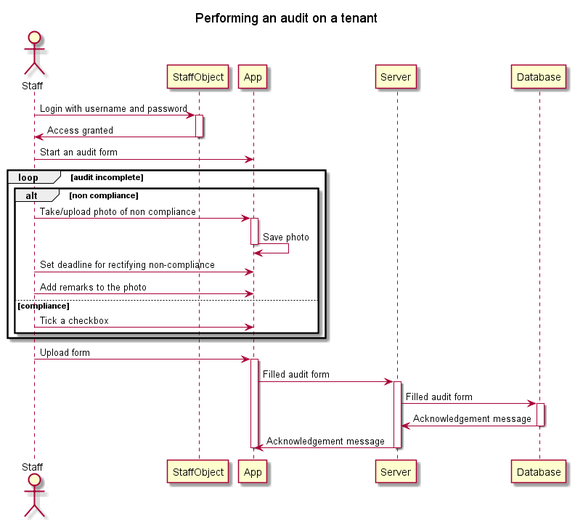
This is docs/uml/SH_CD_PERFORM_AUDIT.png from thespacemanatee/SingHealth-App, a PlantUML export, as it was before one commit.
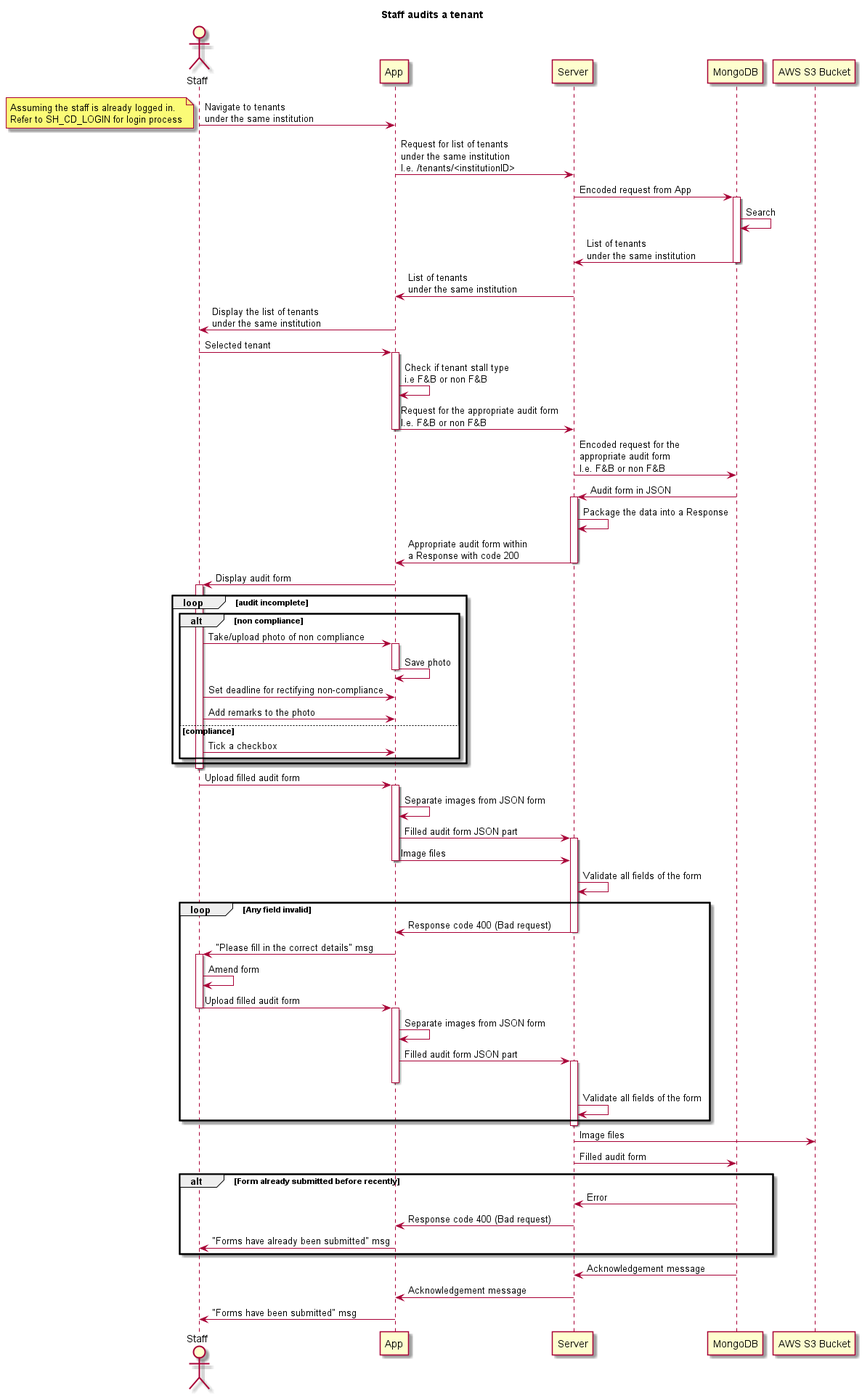
The same diagram one commit later.

Change to the diagram source:
```diff
@@ -1,16 +1,37 @@
 @startuml
 
-title Performing an audit on a tenant
+title Staff audits a tenant
 
 actor Staff
+Staff -> App: Navigate to tenants\nunder the same institution
+note left: Assuming the staff is already logged in.\nRefer to SH_CD_LOGIN for login process
 
-Staff -> StaffObject: Login with username and password
-activate StaffObject
-StaffObject -> Staff: Access granted
-deactivate StaffObject
+App -> Server: Request for list of tenants\nunder the same institution\nI.e. /tenants/<institutionID>
+Server -> MongoDB: Encoded request from App
+activate MongoDB
+MongoDB -> MongoDB: Search
+MongoDB -> Server: List of tenants\nunder the same institution
+deactivate MongoDB
 
-Staff -> App : Start an audit form
+Server -> App: List of tenants\nunder the same institution
+App -> Staff: Display the list of tenants\nunder the same institution
 
+Staff -> App: Selected tenant
+activate App
+App -> App: Check if tenant stall type\ni.e F&B or non F&B
+App -> Server: Request for the appropriate audit form\nI.e. F&B or non F&B
+deactivate App
+
+Server -> MongoDB: Encoded request for the\nappropriate audit form\nI.e. F&B or non F&B
+MongoDB -> Server: Audit form in JSON
+
+activate Server
+Server -> Server: Package the data into a Response
+Server -> App: Appropriate audit form within\na Response with code 200
+deactivate Server
+App -> Staff: Display audit form
+
+activate Staff
 loop audit incomplete
 	alt non compliance
 		Staff -> App: Take/upload photo of non compliance
@@ -23,19 +44,56 @@
 		Staff -> App: Tick a checkbox
 	end
 end
+deactivate Staff
 
-Staff -> App: Upload form
+
+Staff -> App: Upload filled audit form
 activate App
-App -> Server: Filled audit form
+App -> App: Separate images from JSON form
+App -> Server: Filled audit form JSON part
 activate Server
-Server -> Database: Filled audit form
-activate Database
-Database -> Server: Acknowledgement message
-deactivate Database
-Server -> App: Acknowledgement message
+App -> Server: Image files
+deactivate App
+
+Server -> Server: Validate all fields of the form
+
+loop Any field invalid
+	Server -> App: Response code 400 (Bad request)
+	deactivate Server
+	App -> Staff: "Please fill in the correct details" msg
+	activate Staff
+	Staff -> Staff: Amend form
+	Staff -> App: Upload filled audit form
+	deactivate Staff
+	activate App
+	App -> App: Separate images from JSON form
+	App -> Server: Filled audit form JSON part
+	activate Server
+	deactivate App
+	Server -> Server: Validate all fields of the form
+end
+
 deactivate Server
-deactivate App
 
 
 
+
+Server -> "AWS S3 Bucket": Image files
+Server -> MongoDB: Filled audit form
+
+alt Form already submitted before recently
+	MongoDB -> Server: Error
+	Server -> App: Response code 400 (Bad request)
+	App -> Staff: "Forms have already been submitted" msg
+end
+
+activate MongoDB
+MongoDB -> Server: Acknowledgement message
+deactivate MongoDB
+Server -> App: Acknowledgement message
+
+
+App -> Staff: "Forms have been submitted" msg
+
+
 @enduml
```
